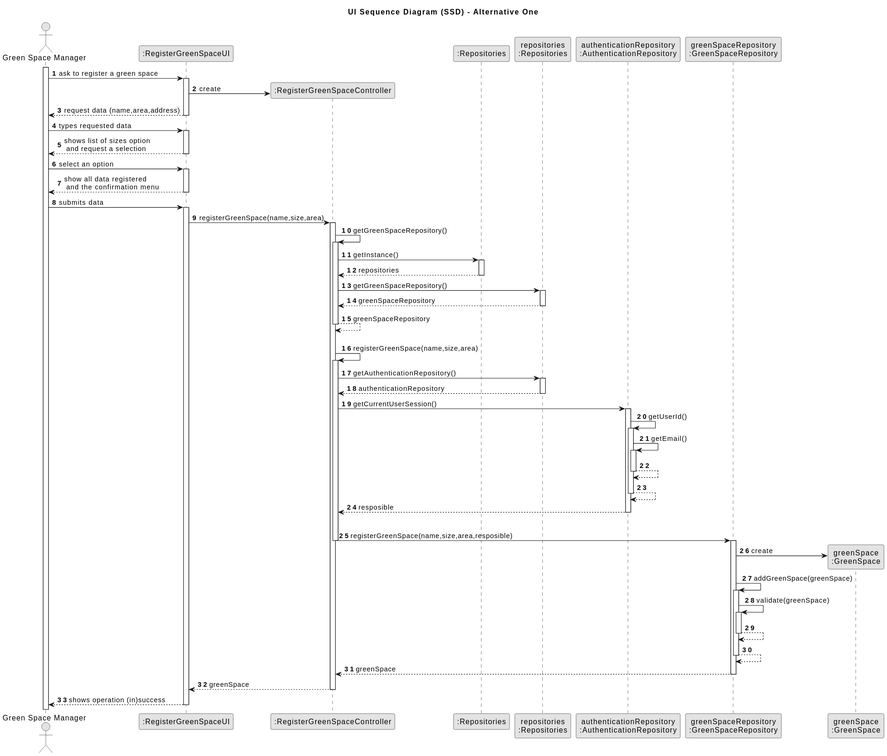
Earlier version of the PlantUML export docs/sprintC/us020/03.design/svg/us020-sequence-diagram-full.svg (SAEmanuel/Green_Spaces_Management_ISEP).
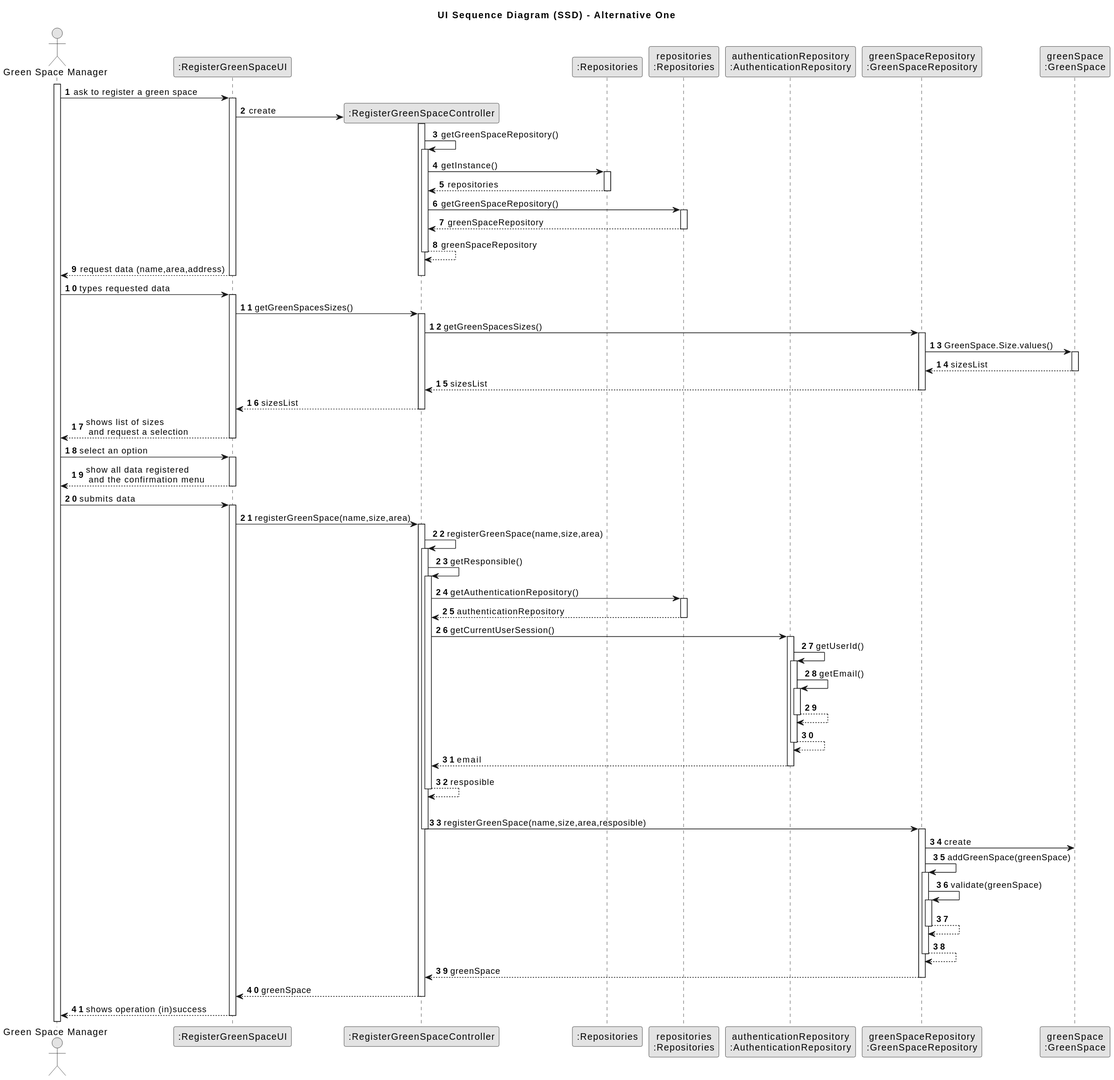
Later version of the same file.

The edit, as a diff of the source:
```diff
@@ -23,31 +23,9 @@
     activate UI
 
     UI -> CTRL** : create
-
-        UI --> Employee : request data (name,area,address)
-            deactivate UI
-
-            Employee -> UI : types requested data
-
-            activate UI
-
-                    UI --> Employee : shows list of sizes option\n and request a selection
-                deactivate UI
-
-                Employee -> UI : select an option
-
-    activate UI
-
-        UI --> Employee : show all data registered\n and the confirmation menu
-    deactivate UI
-
-    Employee -> UI : submits data
-    activate UI
-    UI -> CTRL : registerGreenSpace(name,size,area)
     activate CTRL
-
-    CTRL -> CTRL : getGreenSpaceRepository()
-    activate CTRL
+        CTRL -> CTRL : getGreenSpaceRepository()
+        activate CTRL
 
 
         CTRL -> RepositorySingleton : getInstance()
@@ -56,19 +34,65 @@
         RepositorySingleton --> CTRL: repositories
         deactivate RepositorySingleton
 
+
         CTRL -> PLAT : getGreenSpaceRepository()
         activate PLAT
 
         PLAT --> CTRL: greenSpaceRepository
         deactivate PLAT
+        CTRL -->CTRL : greenSpaceRepository
 
-        CTRL --> CTRL : greenSpaceRepository
+        deactivate CTRL
 
+
+
+    UI --> Employee : request data (name,area,address)
     deactivate CTRL
-    |||
+    deactivate UI
+
+    Employee -> UI : types requested data
+    activate UI
+
+    UI -> CTRL : getGreenSpacesSizes()
+        activate CTRL
+
+           CTRL ->  greenSpaceRepository : getGreenSpacesSizes()
+            activate greenSpaceRepository
+
+                greenSpaceRepository -> EMPREGO: GreenSpace.Size.values()
+                activate EMPREGO
+
+                EMPREGO --> greenSpaceRepository : sizesList
+                deactivate EMPREGO
+                greenSpaceRepository --> CTRL : sizesList
+            deactivate greenSpaceRepository
+            CTRL --> UI : sizesList
+
+        deactivate CTRL
+
+     UI --> Employee : shows list of sizes\n and request a selection
+     deactivate UI
+
+     Employee -> UI : select an option
+
+    activate UI
+
+    UI --> Employee : show all data registered\n and the confirmation menu
+    deactivate UI
+
+    Employee -> UI : submits data
+    activate UI
+
+    UI -> CTRL : registerGreenSpace(name,size,area)
+    activate CTRL
+
+
 
     CTRL -> CTRL : registerGreenSpace(name,size,area)
     activate CTRL
+
+        CTRL -> CTRL : getResponsible()
+        activate CTRL
 
         CTRL -> PLAT : getAuthenticationRepository()
         activate PLAT
@@ -88,18 +112,21 @@
                     authenticationRepository --> authenticationRepository
                 deactivate authenticationRepository
                     authenticationRepository --> authenticationRepository
-
             deactivate authenticationRepository
 
-            authenticationRepository --> CTRL : resposible
+
+            authenticationRepository --> CTRL : email
         deactivate authenticationRepository
+            CTRL --> CTRL: resposible
+
+            deactivate CTRL
     |||
             CTRL -> greenSpaceRepository : registerGreenSpace(name,size,area,resposible)
 
     deactivate CTRL
     activate greenSpaceRepository
 
-    greenSpaceRepository -> EMPREGO** : create
+    greenSpaceRepository -> EMPREGO : create
 
     greenSpaceRepository -> greenSpaceRepository : addGreenSpace(greenSpace)
 
@@ -118,6 +145,7 @@
     CTRL --> UI : greenSpace
     deactivate CTRL
 
+
         UI --> Employee : shows operation (in)success
     deactivate UI
 @enduml
```
